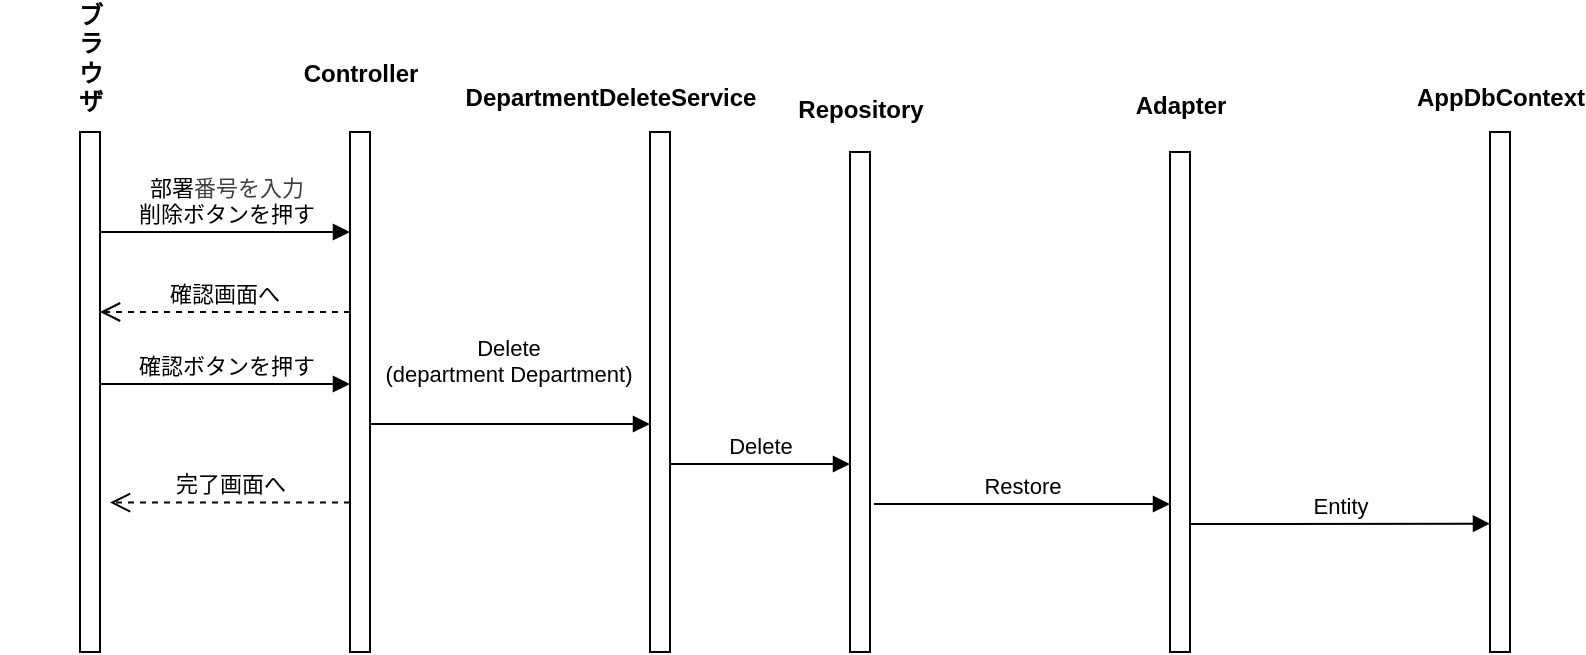
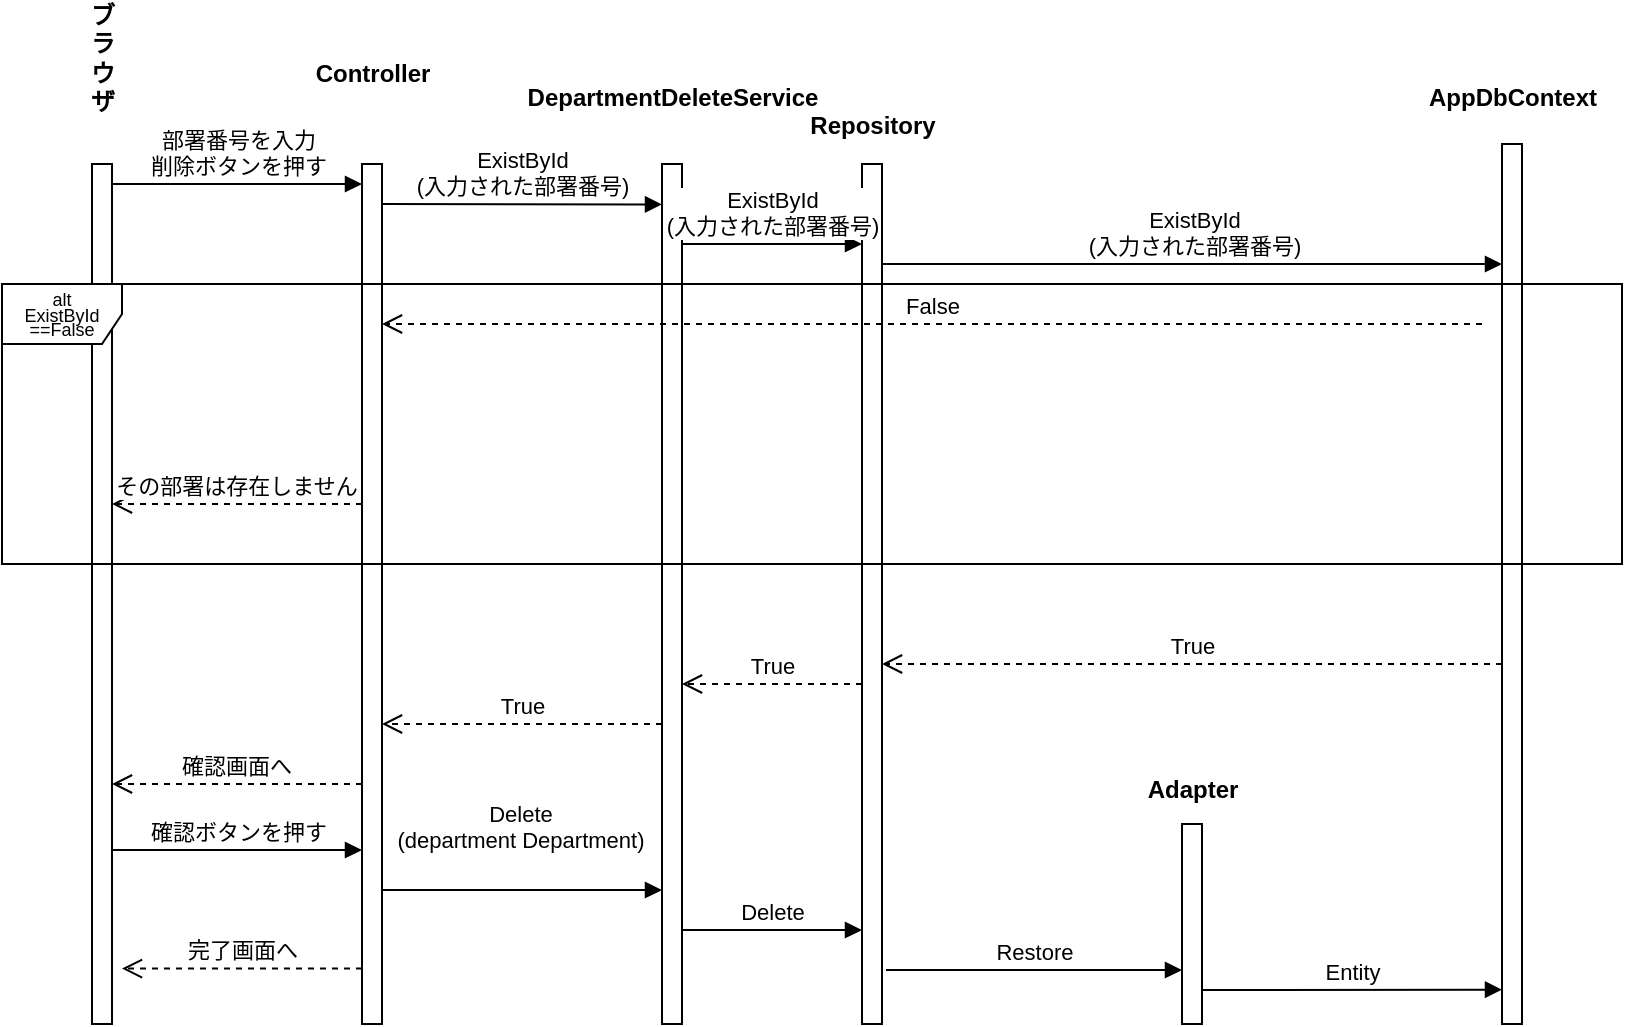
<mxfile host="65bd71144e">
    <diagram name="ページ-1" id="QG6bFXOwcCPzWOT8HnzP">
-         <mxGraphModel dx="1406" dy="714" grid="1" gridSize="10" guides="1" tooltips="1" connect="1" arrows="1" fold="1" page="1" pageScale="1" pageWidth="827" pageHeight="1169" math="0" shadow="0">
+         <mxGraphModel dx="1232" dy="547" grid="1" gridSize="10" guides="1" tooltips="1" connect="1" arrows="1" fold="1" page="1" pageScale="1" pageWidth="827" pageHeight="1169" math="0" shadow="0">
            <root>
                <mxCell id="0"/>
                <mxCell id="1" parent="0"/>
                <mxCell id="DYZGsvSrBg4BRIJO99NX-1" value="" style="html=1;points=[[0,0,0,0,5],[0,1,0,0,-5],[1,0,0,0,5],[1,1,0,0,-5]];perimeter=orthogonalPerimeter;outlineConnect=0;targetShapes=umlLifeline;portConstraint=eastwest;newEdgeStyle={&quot;curved&quot;:0,&quot;rounded&quot;:0};" parent="1" vertex="1">
-                     <mxGeometry x="385" y="250" width="10" height="260" as="geometry"/>
+                     <mxGeometry x="385" y="150" width="10" height="430" as="geometry"/>
                </mxCell>
                <mxCell id="DYZGsvSrBg4BRIJO99NX-2" value="&lt;span style=&quot;white-space: normal;&quot;&gt;ブラウザ&lt;/span&gt;" style="text;align=center;fontStyle=1;verticalAlign=middle;spacingLeft=3;spacingRight=3;strokeColor=none;rotatable=0;points=[[0,0.5],[1,0.5]];portConstraint=eastwest;html=1;" parent="1" vertex="1">
-                     <mxGeometry x="345" y="200" width="90" height="26" as="geometry"/>
+                     <mxGeometry x="345" y="84" width="90" height="26" as="geometry"/>
                </mxCell>
                <mxCell id="DYZGsvSrBg4BRIJO99NX-11" value="" style="html=1;points=[[0,0,0,0,5],[0,1,0,0,-5],[1,0,0,0,5],[1,1,0,0,-5]];perimeter=orthogonalPerimeter;outlineConnect=0;targetShapes=umlLifeline;portConstraint=eastwest;newEdgeStyle={&quot;curved&quot;:0,&quot;rounded&quot;:0};" parent="1" vertex="1">
-                     <mxGeometry x="1090" y="250" width="10" height="260" as="geometry"/>
+                     <mxGeometry x="1090" y="140" width="10" height="440" as="geometry"/>
                </mxCell>
                <mxCell id="DYZGsvSrBg4BRIJO99NX-12" value="&lt;span style=&quot;white-space: normal;&quot;&gt;AppDbContext&lt;/span&gt;" style="text;align=center;fontStyle=1;verticalAlign=middle;spacingLeft=3;spacingRight=3;strokeColor=none;rotatable=0;points=[[0,0.5],[1,0.5]];portConstraint=eastwest;html=1;" parent="1" vertex="1">
-                     <mxGeometry x="1055" y="220" width="80" height="26" as="geometry"/>
+                     <mxGeometry x="1055" y="104" width="80" height="26" as="geometry"/>
                </mxCell>
                <mxCell id="DYZGsvSrBg4BRIJO99NX-38" value="" style="html=1;points=[[0,0,0,0,5],[0,1,0,0,-5],[1,0,0,0,5],[1,1,0,0,-5]];perimeter=orthogonalPerimeter;outlineConnect=0;targetShapes=umlLifeline;portConstraint=eastwest;newEdgeStyle={&quot;curved&quot;:0,&quot;rounded&quot;:0};" parent="1" vertex="1">
-                     <mxGeometry x="520" y="250" width="10" height="260" as="geometry"/>
+                     <mxGeometry x="520" y="150" width="10" height="430" as="geometry"/>
                </mxCell>
                <mxCell id="DYZGsvSrBg4BRIJO99NX-39" value="" style="html=1;points=[[0,0,0,0,5],[0,1,0,0,-5],[1,0,0,0,5],[1,1,0,0,-5]];perimeter=orthogonalPerimeter;outlineConnect=0;targetShapes=umlLifeline;portConstraint=eastwest;newEdgeStyle={&quot;curved&quot;:0,&quot;rounded&quot;:0};" parent="1" vertex="1">
-                     <mxGeometry x="670" y="250" width="10" height="260" as="geometry"/>
+                     <mxGeometry x="670" y="150" width="10" height="430" as="geometry"/>
                </mxCell>
                <mxCell id="DYZGsvSrBg4BRIJO99NX-40" value="" style="html=1;points=[[0,0,0,0,5],[0,1,0,0,-5],[1,0,0,0,5],[1,1,0,0,-5]];perimeter=orthogonalPerimeter;outlineConnect=0;targetShapes=umlLifeline;portConstraint=eastwest;newEdgeStyle={&quot;curved&quot;:0,&quot;rounded&quot;:0};" parent="1" vertex="1">
-                     <mxGeometry x="770" y="260" width="10" height="250" as="geometry"/>
+                     <mxGeometry x="770" y="150" width="10" height="430" as="geometry"/>
                </mxCell>
                <mxCell id="DYZGsvSrBg4BRIJO99NX-41" value="Controller" style="text;align=center;fontStyle=1;verticalAlign=middle;spacingLeft=3;spacingRight=3;strokeColor=none;rotatable=0;points=[[0,0.5],[1,0.5]];portConstraint=eastwest;html=1;" parent="1" vertex="1">
-                     <mxGeometry x="485" y="208" width="80" height="26" as="geometry"/>
-                 </mxCell>
-                 <mxCell id="DYZGsvSrBg4BRIJO99NX-42" value="部署&lt;span style=&quot;color: rgb(63, 63, 63); background-color: light-dark(#ffffff, var(--ge-dark-color, #121212));&quot;&gt;番号を入力&lt;/span&gt;&lt;div&gt;&lt;div&gt;削除ボタンを押す&lt;/div&gt;&lt;/div&gt;" style="html=1;verticalAlign=bottom;endArrow=block;curved=0;rounded=0;" parent="1" target="DYZGsvSrBg4BRIJO99NX-38" edge="1">
-                     <mxGeometry width="80" relative="1" as="geometry">
-                         <mxPoint x="395" y="300" as="sourcePoint"/>
-                         <mxPoint x="475" y="300" as="targetPoint"/>
-                     </mxGeometry>
+                     <mxGeometry x="485" y="92" width="80" height="26" as="geometry"/>
                </mxCell>
                <mxCell id="DYZGsvSrBg4BRIJO99NX-44" value="DepartmentDeleteService" style="text;align=center;fontStyle=1;verticalAlign=middle;spacingLeft=3;spacingRight=3;strokeColor=none;rotatable=0;points=[[0,0.5],[1,0.5]];portConstraint=eastwest;html=1;" parent="1" vertex="1">
-                     <mxGeometry x="610" y="220" width="80" height="26" as="geometry"/>
+                     <mxGeometry x="635" y="104" width="80" height="26" as="geometry"/>
                </mxCell>
                <mxCell id="DYZGsvSrBg4BRIJO99NX-46" value="Repository" style="text;align=center;fontStyle=1;verticalAlign=middle;spacingLeft=3;spacingRight=3;strokeColor=none;rotatable=0;points=[[0,0.5],[1,0.5]];portConstraint=eastwest;html=1;" parent="1" vertex="1">
-                     <mxGeometry x="735" y="226" width="80" height="26" as="geometry"/>
-                 </mxCell>
-                 <mxCell id="DYZGsvSrBg4BRIJO99NX-54" value="確認画面へ" style="html=1;verticalAlign=bottom;endArrow=open;dashed=1;endSize=8;curved=0;rounded=0;" parent="1" edge="1">
-                     <mxGeometry relative="1" as="geometry">
-                         <mxPoint x="519.9999999999998" y="340" as="sourcePoint"/>
-                         <mxPoint x="395" y="340" as="targetPoint"/>
-                     </mxGeometry>
+                     <mxGeometry x="735" y="118" width="80" height="26" as="geometry"/>
                </mxCell>
                <mxCell id="DYZGsvSrBg4BRIJO99NX-61" value="確認ボタンを押す" style="html=1;verticalAlign=bottom;endArrow=block;curved=0;rounded=0;" parent="1" edge="1">
                    <mxGeometry width="80" relative="1" as="geometry">
-                         <mxPoint x="395" y="376" as="sourcePoint"/>
-                         <mxPoint x="520" y="376" as="targetPoint"/>
+                         <mxPoint x="395" y="493" as="sourcePoint"/>
+                         <mxPoint x="520" y="493" as="targetPoint"/>
                    </mxGeometry>
                </mxCell>
-                 <mxCell id="DYZGsvSrBg4BRIJO99NX-62" value="Delete&lt;br&gt;&lt;div&gt;(department Department)&lt;/div&gt;" style="html=1;verticalAlign=bottom;endArrow=block;curved=0;rounded=0;" parent="1" edge="1" target="DYZGsvSrBg4BRIJO99NX-39">
+                 <mxCell id="DYZGsvSrBg4BRIJO99NX-62" value="Delete&lt;br&gt;&lt;div&gt;(department Department)&lt;/div&gt;" style="html=1;verticalAlign=bottom;endArrow=block;curved=0;rounded=0;" parent="1" edge="1">
                    <mxGeometry y="16" width="80" relative="1" as="geometry">
-                         <mxPoint x="530" y="396" as="sourcePoint"/>
-                         <mxPoint x="640" y="396" as="targetPoint"/>
+                         <mxPoint x="530" y="513" as="sourcePoint"/>
+                         <mxPoint x="670" y="513" as="targetPoint"/>
                        <mxPoint x="-1" as="offset"/>
                    </mxGeometry>
                </mxCell>
-                 <mxCell id="DYZGsvSrBg4BRIJO99NX-63" value="Delete" style="html=1;verticalAlign=bottom;endArrow=block;curved=0;rounded=0;" parent="1" edge="1" source="DYZGsvSrBg4BRIJO99NX-39">
+                 <mxCell id="DYZGsvSrBg4BRIJO99NX-63" value="Delete" style="html=1;verticalAlign=bottom;endArrow=block;curved=0;rounded=0;" parent="1" edge="1">
                    <mxGeometry x="0.0026" width="80" relative="1" as="geometry">
                        <mxPoint as="offset"/>
-                         <mxPoint x="690" y="416" as="sourcePoint"/>
-                         <mxPoint x="770" y="416" as="targetPoint"/>
+                         <mxPoint x="679.9999999999998" y="532.9999999999999" as="sourcePoint"/>
+                         <mxPoint x="770" y="533" as="targetPoint"/>
                    </mxGeometry>
                </mxCell>
                <mxCell id="DYZGsvSrBg4BRIJO99NX-64" value="&lt;div&gt;&lt;span style=&quot;background-color: light-dark(#ffffff, var(--ge-dark-color, #121212)); color: light-dark(rgb(0, 0, 0), rgb(255, 255, 255));&quot;&gt;Restore&lt;/span&gt;&lt;/div&gt;" style="html=1;verticalAlign=bottom;endArrow=block;curved=0;rounded=0;" parent="1" edge="1">
                    <mxGeometry x="0.0026" width="80" relative="1" as="geometry">
                        <mxPoint as="offset"/>
-                         <mxPoint x="782" y="436" as="sourcePoint"/>
-                         <mxPoint x="930" y="436" as="targetPoint"/>
+                         <mxPoint x="782" y="553" as="sourcePoint"/>
+                         <mxPoint x="930" y="553" as="targetPoint"/>
                    </mxGeometry>
                </mxCell>
                <mxCell id="DYZGsvSrBg4BRIJO99NX-65" value="" style="html=1;points=[[0,0,0,0,5],[0,1,0,0,-5],[1,0,0,0,5],[1,1,0,0,-5]];perimeter=orthogonalPerimeter;outlineConnect=0;targetShapes=umlLifeline;portConstraint=eastwest;newEdgeStyle={&quot;curved&quot;:0,&quot;rounded&quot;:0};" parent="1" vertex="1">
-                     <mxGeometry x="930" y="260" width="10" height="250" as="geometry"/>
+                     <mxGeometry x="930" y="480" width="10" height="100" as="geometry"/>
                </mxCell>
                <mxCell id="DYZGsvSrBg4BRIJO99NX-66" value="Adapter" style="text;align=center;fontStyle=1;verticalAlign=middle;spacingLeft=3;spacingRight=3;strokeColor=none;rotatable=0;points=[[0,0.5],[1,0.5]];portConstraint=eastwest;html=1;" parent="1" vertex="1">
-                     <mxGeometry x="895" y="224" width="80" height="26" as="geometry"/>
+                     <mxGeometry x="895" y="450" width="80" height="26" as="geometry"/>
                </mxCell>
                <mxCell id="DYZGsvSrBg4BRIJO99NX-67" value="&lt;div&gt;&lt;span style=&quot;background-color: light-dark(#ffffff, var(--ge-dark-color, #121212)); color: light-dark(rgb(0, 0, 0), rgb(255, 255, 255));&quot;&gt;Entity&lt;/span&gt;&lt;/div&gt;" style="html=1;verticalAlign=bottom;endArrow=block;curved=0;rounded=0;entryX=0;entryY=0.781;entryDx=0;entryDy=0;entryPerimeter=0;" parent="1" edge="1">
                    <mxGeometry x="0.0026" width="80" relative="1" as="geometry">
                        <mxPoint as="offset"/>
-                         <mxPoint x="940" y="446" as="sourcePoint"/>
-                         <mxPoint x="1090" y="445.856" as="targetPoint"/>
+                         <mxPoint x="940" y="563" as="sourcePoint"/>
+                         <mxPoint x="1090" y="562.856" as="targetPoint"/>
                    </mxGeometry>
                </mxCell>
                <mxCell id="DYZGsvSrBg4BRIJO99NX-68" value="完了画面へ" style="html=1;verticalAlign=bottom;endArrow=open;dashed=1;endSize=8;curved=0;rounded=0;" parent="1" edge="1">
                    <mxGeometry relative="1" as="geometry">
-                         <mxPoint x="520" y="435.28999999999996" as="sourcePoint"/>
-                         <mxPoint x="400" y="435.28999999999996" as="targetPoint"/>
+                         <mxPoint x="520" y="552.29" as="sourcePoint"/>
+                         <mxPoint x="400" y="552.29" as="targetPoint"/>
+                     </mxGeometry>
+                 </mxCell>
+                 <mxCell id="14" value="部署番号を入力&lt;div&gt;削除ボタンを押す&lt;/div&gt;" style="html=1;verticalAlign=bottom;endArrow=block;curved=0;rounded=0;" edge="1" parent="1">
+                     <mxGeometry width="80" relative="1" as="geometry">
+                         <mxPoint x="395" y="160" as="sourcePoint"/>
+                         <mxPoint x="520" y="160" as="targetPoint"/>
+                     </mxGeometry>
+                 </mxCell>
+                 <mxCell id="15" value="その部署は存在しません" style="html=1;verticalAlign=bottom;endArrow=open;dashed=1;endSize=8;curved=0;rounded=0;" edge="1" parent="1">
+                     <mxGeometry relative="1" as="geometry">
+                         <mxPoint x="519.9999999999998" y="320" as="sourcePoint"/>
+                         <mxPoint x="395" y="320" as="targetPoint"/>
+                     </mxGeometry>
+                 </mxCell>
+                 <mxCell id="17" value="&lt;div style=&quot;line-height: 60%;&quot;&gt;&lt;font style=&quot;font-size: 9px; line-height: 60%;&quot;&gt;alt&lt;/font&gt;&lt;div&gt;&lt;font style=&quot;font-size: 9px; line-height: 60%;&quot;&gt;ExistById ==False&lt;/font&gt;&lt;/div&gt;&lt;/div&gt;" style="shape=umlFrame;whiteSpace=wrap;html=1;pointerEvents=0;" vertex="1" parent="1">
+                     <mxGeometry x="340" y="210" width="810" height="140" as="geometry"/>
+                 </mxCell>
+                 <mxCell id="18" value="ExistById&lt;div&gt;(入力された部署番号)&lt;/div&gt;" style="html=1;verticalAlign=bottom;endArrow=block;curved=0;rounded=0;entryX=0;entryY=0.047;entryDx=0;entryDy=0;entryPerimeter=0;" edge="1" parent="1" target="DYZGsvSrBg4BRIJO99NX-39">
+                     <mxGeometry width="80" relative="1" as="geometry">
+                         <mxPoint x="530" y="170" as="sourcePoint"/>
+                         <mxPoint x="645" y="170" as="targetPoint"/>
+                     </mxGeometry>
+                 </mxCell>
+                 <mxCell id="19" value="ExistById&lt;div&gt;(入力された部署番号)&lt;/div&gt;" style="html=1;verticalAlign=bottom;endArrow=block;curved=0;rounded=0;" edge="1" parent="1">
+                     <mxGeometry width="80" relative="1" as="geometry">
+                         <mxPoint x="680" y="190" as="sourcePoint"/>
+                         <mxPoint x="770" y="190" as="targetPoint"/>
+                     </mxGeometry>
+                 </mxCell>
+                 <mxCell id="20" value="ExistById&lt;div&gt;(入力された部署番号)&lt;/div&gt;" style="html=1;verticalAlign=bottom;endArrow=block;curved=0;rounded=0;" edge="1" parent="1">
+                     <mxGeometry x="0.0046" width="80" relative="1" as="geometry">
+                         <mxPoint as="offset"/>
+                         <mxPoint x="780" y="200" as="sourcePoint"/>
+                         <mxPoint x="1090" y="200" as="targetPoint"/>
+                     </mxGeometry>
+                 </mxCell>
+                 <mxCell id="21" value="False" style="html=1;verticalAlign=bottom;endArrow=open;dashed=1;endSize=8;curved=0;rounded=0;" edge="1" parent="1">
+                     <mxGeometry relative="1" as="geometry">
+                         <mxPoint x="1080" y="230" as="sourcePoint"/>
+                         <mxPoint x="530" y="230" as="targetPoint"/>
+                     </mxGeometry>
+                 </mxCell>
+                 <mxCell id="22" value="確認画面へ" style="html=1;verticalAlign=bottom;endArrow=open;dashed=1;endSize=8;curved=0;rounded=0;" edge="1" parent="1">
+                     <mxGeometry relative="1" as="geometry">
+                         <mxPoint x="519.9999999999998" y="460" as="sourcePoint"/>
+                         <mxPoint x="395" y="460" as="targetPoint"/>
+                     </mxGeometry>
+                 </mxCell>
+                 <mxCell id="23" value="True" style="html=1;verticalAlign=bottom;endArrow=open;dashed=1;endSize=8;curved=0;rounded=0;" edge="1" parent="1">
+                     <mxGeometry relative="1" as="geometry">
+                         <mxPoint x="1090" y="400" as="sourcePoint"/>
+                         <mxPoint x="780" y="400" as="targetPoint"/>
+                     </mxGeometry>
+                 </mxCell>
+                 <mxCell id="24" value="True" style="html=1;verticalAlign=bottom;endArrow=open;dashed=1;endSize=8;curved=0;rounded=0;" edge="1" parent="1">
+                     <mxGeometry relative="1" as="geometry">
+                         <mxPoint x="770" y="410" as="sourcePoint"/>
+                         <mxPoint x="680" y="410" as="targetPoint"/>
+                     </mxGeometry>
+                 </mxCell>
+                 <mxCell id="25" value="True" style="html=1;verticalAlign=bottom;endArrow=open;dashed=1;endSize=8;curved=0;rounded=0;" edge="1" parent="1" source="DYZGsvSrBg4BRIJO99NX-39">
+                     <mxGeometry relative="1" as="geometry">
+                         <mxPoint x="645" y="430" as="sourcePoint"/>
+                         <mxPoint x="530" y="430" as="targetPoint"/>
                    </mxGeometry>
                </mxCell>
            </root>
        </mxGraphModel>
    </diagram>
</mxfile>